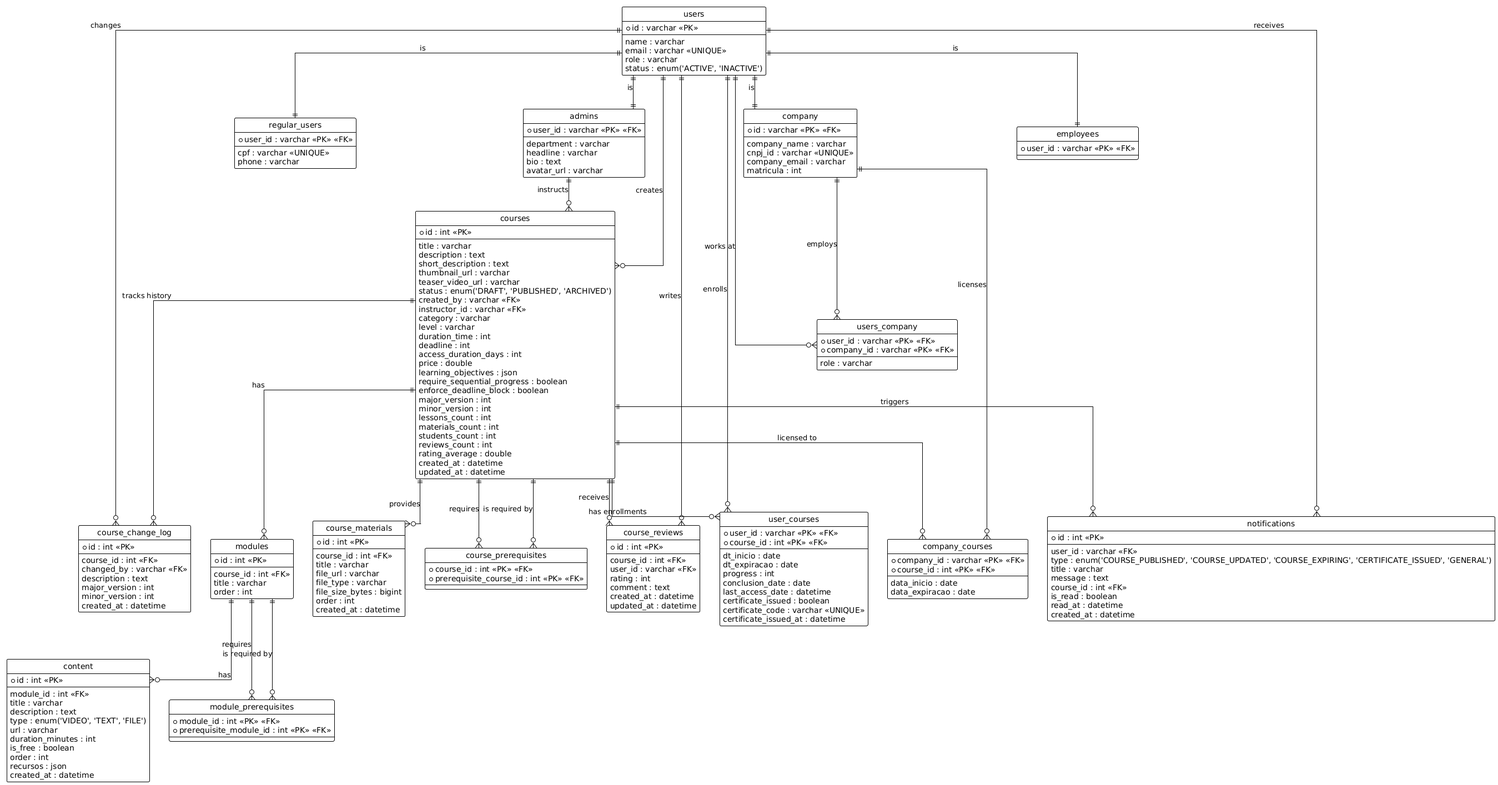
Above: docs/database.png in AGES-ESCAPA/Backend (PlantUML), before the change. Source of this version:
```plantuml
@startuml
!theme plain
hide circle
skinparam linetype ortho


entity "users" as users {
  * id : varchar <<PK>>
  --
  name : varchar
  email : varchar <<UNIQUE>>
  role : varchar
  status : enum('ACTIVE', 'INACTIVE')
}

entity "regular_users" as regular_users {
  * user_id : varchar <<PK>> <<FK>>
  --
  cpf : varchar <<UNIQUE>>
  phone : varchar
}

entity "admins" as admins {
  * user_id : varchar <<PK>> <<FK>>
  --
  department : varchar
  headline : varchar
  bio : text
  avatar_url : varchar
}

entity "company" as company {
  * id : varchar <<PK>> <<FK>>
  --
  company_name : varchar
  cnpj_id : varchar <<UNIQUE>>
  company_email : varchar
  matricula : int
}

entity "employees" as employees {
  * user_id : varchar <<PK>> <<FK>>
  --
}

entity "courses" as courses {
  * id : int <<PK>>
  --
  title : varchar
  description : text
  short_description : text
  thumbnail_url : varchar
  teaser_video_url : varchar
  status : enum('DRAFT', 'PUBLISHED', 'ARCHIVED')
  created_by : varchar <<FK>>
  instructor_id : varchar <<FK>>
  category : varchar
  level : varchar
  duration_time : int
  deadline : int
  access_duration_days : int
  price : double
  learning_objectives : json
  require_sequential_progress : boolean
  enforce_deadline_block : boolean
  major_version : int
  minor_version : int
  lessons_count : int
  materials_count : int
  students_count : int
  reviews_count : int
  rating_average : double
  created_at : datetime
  updated_at : datetime
}

entity "modules" as modules {
  * id : int <<PK>>
  --
  course_id : int <<FK>>
  title : varchar
  order : int
}

entity "content" as content {
  * id : int <<PK>>
  --
  module_id : int <<FK>>
  title : varchar
  description : text
  type : enum('VIDEO', 'TEXT', 'FILE')
  url : varchar
  duration_minutes : int
  is_free : boolean
  order : int
  recursos : json
  created_at : datetime
}

entity "course_materials" as course_materials {
  * id : int <<PK>>
  --
  course_id : int <<FK>>
  title : varchar
  file_url : varchar
  file_type : varchar
  file_size_bytes : bigint
  order : int
  created_at : datetime
}

entity "course_change_log" as course_change_log {
  * id : int <<PK>>
  --
  course_id : int <<FK>>
  changed_by : varchar <<FK>>
  description : text
  major_version : int
  minor_version : int
  created_at : datetime
}

entity "course_prerequisites" as course_prerequisites {
  * course_id : int <<PK>> <<FK>>
  * prerequisite_course_id : int <<PK>> <<FK>>
  --
}

entity "module_prerequisites" as module_prerequisites {
  * module_id : int <<PK>> <<FK>>
  * prerequisite_module_id : int <<PK>> <<FK>>
  --
}

entity "course_reviews" as course_reviews {
  * id : int <<PK>>
  --
  course_id : int <<FK>>
  user_id : varchar <<FK>>
  rating : int
  comment : text
  created_at : datetime
  updated_at : datetime
}

entity "user_courses" as user_courses {
  * user_id : varchar <<PK>> <<FK>>
  * course_id : int <<PK>> <<FK>>
  --
  dt_inicio : date
  dt_expiracao : date
  progress : int
  conclusion_date : date
  last_access_date : datetime
  certificate_issued : boolean
  certificate_code : varchar <<UNIQUE>>
  certificate_issued_at : datetime
}

entity "company_courses" as company_courses {
  * company_id : varchar <<PK>> <<FK>>
  * course_id : int <<PK>> <<FK>>
  --
  data_inicio : date
  data_expiracao : date
}

entity "users_company" as users_company {
  * user_id : varchar <<PK>> <<FK>>
  * company_id : varchar <<PK>> <<FK>>
  --
  role : varchar
}

entity "notifications" as notifications {
  * id : int <<PK>>
  --
  user_id : varchar <<FK>>
  type : enum('COURSE_PUBLISHED', 'COURSE_UPDATED', 'COURSE_EXPIRING', 'CERTIFICATE_ISSUED', 'GENERAL')
  title : varchar
  message : text
  course_id : int <<FK>>
  is_read : boolean
  read_at : datetime
  created_at : datetime
}


users ||--|| regular_users : "is"
users ||--|| admins : "is"
users ||--|| company : "is"
users ||--|| employees : "is"

users ||--o{ courses : "creates"
admins ||--o{ courses : "instructs"
users ||--o{ course_change_log : "changes"

courses ||--o{ modules : "has"
modules ||--o{ content : "has"
courses ||--o{ course_materials : "provides"
courses ||--o{ course_change_log : "tracks history"

courses ||--o{ course_prerequisites : "requires"
courses ||--o{ course_prerequisites : "is required by"
modules ||--o{ module_prerequisites : "requires"
modules ||--o{ module_prerequisites : "is required by"

courses ||--o{ course_reviews : "receives"
users ||--o{ course_reviews : "writes"
users ||--o{ notifications : "receives"
courses ||--o{ notifications : "triggers"

users ||--o{ user_courses : "enrolls"
courses ||--o{ user_courses : "has enrollments"

company ||--o{ company_courses : "licenses"
courses ||--o{ company_courses : "licensed to"

users ||--o{ users_company : "works at"
company ||--o{ users_company : "employs"
@enduml
```
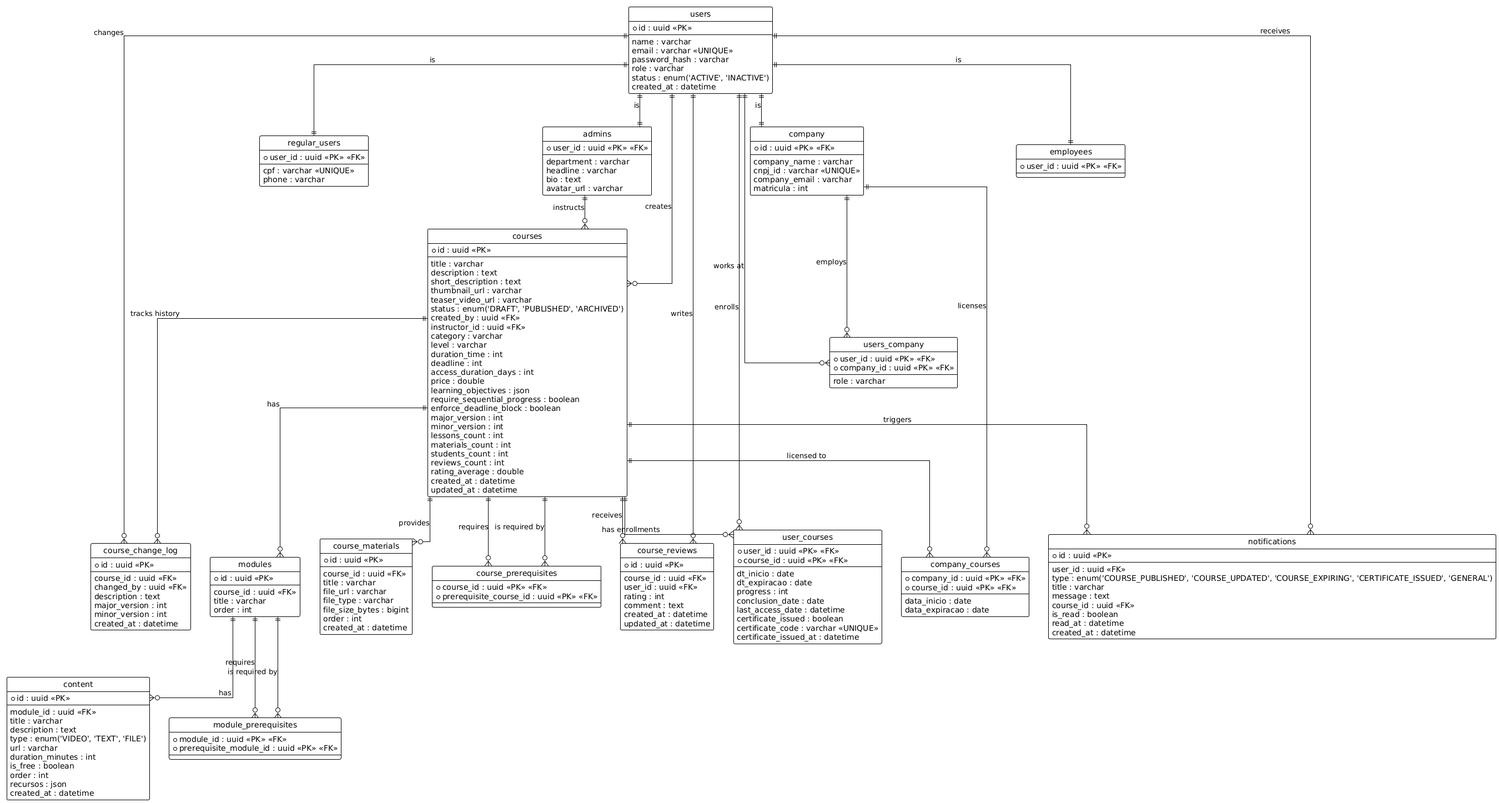
After the change.

The edit, as a diff of the source:
```diff
@@ -5,23 +5,25 @@
 
 
 entity "users" as users {
-  * id : varchar <<PK>>
+  * id : uuid <<PK>>
   --
   name : varchar
   email : varchar <<UNIQUE>>
+  password_hash : varchar
   role : varchar
   status : enum('ACTIVE', 'INACTIVE')
+  created_at : datetime
 }
 
 entity "regular_users" as regular_users {
-  * user_id : varchar <<PK>> <<FK>>
+  * user_id : uuid <<PK>> <<FK>>
   --
   cpf : varchar <<UNIQUE>>
   phone : varchar
 }
 
 entity "admins" as admins {
-  * user_id : varchar <<PK>> <<FK>>
+  * user_id : uuid <<PK>> <<FK>>
   --
   department : varchar
   headline : varchar
@@ -30,7 +32,7 @@
 }
 
 entity "company" as company {
-  * id : varchar <<PK>> <<FK>>
+  * id : uuid <<PK>> <<FK>>
   --
   company_name : varchar
   cnpj_id : varchar <<UNIQUE>>
@@ -39,12 +41,12 @@
 }
 
 entity "employees" as employees {
-  * user_id : varchar <<PK>> <<FK>>
+  * user_id : uuid <<PK>> <<FK>>
   --
 }
 
 entity "courses" as courses {
-  * id : int <<PK>>
+  * id : uuid <<PK>>
   --
   title : varchar
   description : text
@@ -52,8 +54,8 @@
   thumbnail_url : varchar
   teaser_video_url : varchar
   status : enum('DRAFT', 'PUBLISHED', 'ARCHIVED')
-  created_by : varchar <<FK>>
-  instructor_id : varchar <<FK>>
+  created_by : uuid <<FK>>
+  instructor_id : uuid <<FK>>
   category : varchar
   level : varchar
   duration_time : int
@@ -75,17 +77,17 @@
 }
 
 entity "modules" as modules {
-  * id : int <<PK>>
+  * id : uuid <<PK>>
   --
-  course_id : int <<FK>>
+  course_id : uuid <<FK>>
   title : varchar
   order : int
 }
 
 entity "content" as content {
-  * id : int <<PK>>
+  * id : uuid <<PK>>
   --
-  module_id : int <<FK>>
+  module_id : uuid <<FK>>
   title : varchar
   description : text
   type : enum('VIDEO', 'TEXT', 'FILE')
@@ -98,9 +100,9 @@
 }
 
 entity "course_materials" as course_materials {
-  * id : int <<PK>>
+  * id : uuid <<PK>>
   --
-  course_id : int <<FK>>
+  course_id : uuid <<FK>>
   title : varchar
   file_url : varchar
   file_type : varchar
@@ -110,10 +112,10 @@
 }
 
 entity "course_change_log" as course_change_log {
-  * id : int <<PK>>
+  * id : uuid <<PK>>
   --
-  course_id : int <<FK>>
-  changed_by : varchar <<FK>>
+  course_id : uuid <<FK>>
+  changed_by : uuid <<FK>>
   description : text
   major_version : int
   minor_version : int
@@ -121,22 +123,22 @@
 }
 
 entity "course_prerequisites" as course_prerequisites {
-  * course_id : int <<PK>> <<FK>>
-  * prerequisite_course_id : int <<PK>> <<FK>>
+  * course_id : uuid <<PK>> <<FK>>
+  * prerequisite_course_id : uuid <<PK>> <<FK>>
   --
 }
 
 entity "module_prerequisites" as module_prerequisites {
-  * module_id : int <<PK>> <<FK>>
-  * prerequisite_module_id : int <<PK>> <<FK>>
+  * module_id : uuid <<PK>> <<FK>>
+  * prerequisite_module_id : uuid <<PK>> <<FK>>
   --
 }
 
 entity "course_reviews" as course_reviews {
-  * id : int <<PK>>
+  * id : uuid <<PK>>
   --
-  course_id : int <<FK>>
-  user_id : varchar <<FK>>
+  course_id : uuid <<FK>>
+  user_id : uuid <<FK>>
   rating : int
   comment : text
   created_at : datetime
@@ -144,8 +146,8 @@
 }
 
 entity "user_courses" as user_courses {
-  * user_id : varchar <<PK>> <<FK>>
-  * course_id : int <<PK>> <<FK>>
+  * user_id : uuid <<PK>> <<FK>>
+  * course_id : uuid <<PK>> <<FK>>
   --
   dt_inicio : date
   dt_expiracao : date
@@ -158,28 +160,28 @@
 }
 
 entity "company_courses" as company_courses {
-  * company_id : varchar <<PK>> <<FK>>
-  * course_id : int <<PK>> <<FK>>
+  * company_id : uuid <<PK>> <<FK>>
+  * course_id : uuid <<PK>> <<FK>>
   --
   data_inicio : date
   data_expiracao : date
 }
 
 entity "users_company" as users_company {
-  * user_id : varchar <<PK>> <<FK>>
-  * company_id : varchar <<PK>> <<FK>>
+  * user_id : uuid <<PK>> <<FK>>
+  * company_id : uuid <<PK>> <<FK>>
   --
   role : varchar
 }
 
 entity "notifications" as notifications {
-  * id : int <<PK>>
+  * id : uuid <<PK>>
   --
-  user_id : varchar <<FK>>
+  user_id : uuid <<FK>>
   type : enum('COURSE_PUBLISHED', 'COURSE_UPDATED', 'COURSE_EXPIRING', 'CERTIFICATE_ISSUED', 'GENERAL')
   title : varchar
   message : text
-  course_id : int <<FK>>
+  course_id : uuid <<FK>>
   is_read : boolean
   read_at : datetime
   created_at : datetime
```
